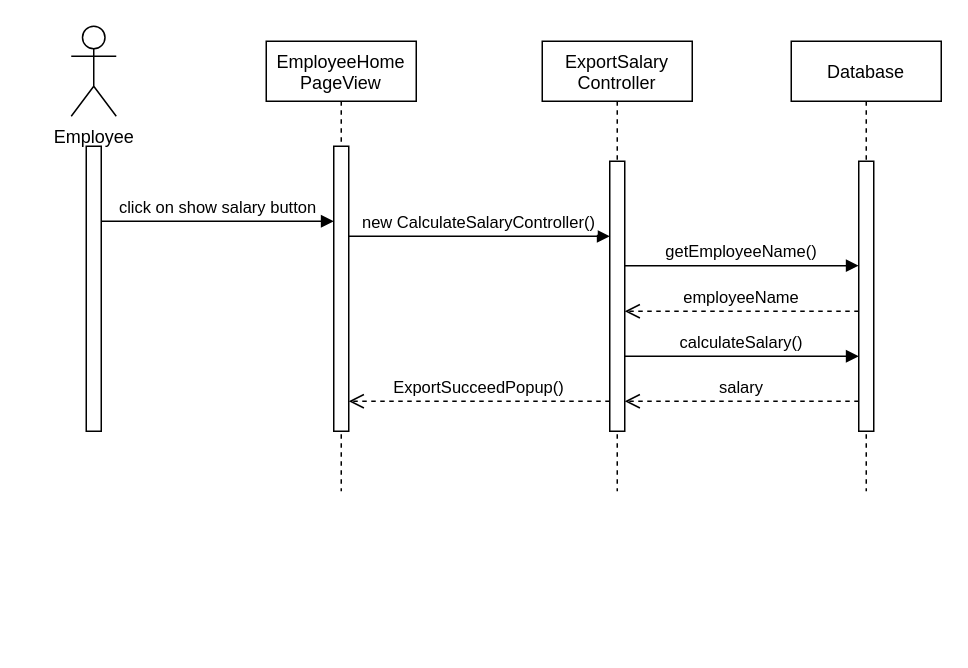
hakunhan/employee_management keeps this draw.io diagram as Diagram/Sequence Diagram/ExportSalary.drawio. Above is the earlier version. Source tidied: cells renumbered, new cells numbered last; positions are measured from the earlier drawing's top-left corner, leaving out a move shared by most shapes. Both pictures are drawn from the tidied source at 150%, with x=0, y=0 at pixel (70, 26).
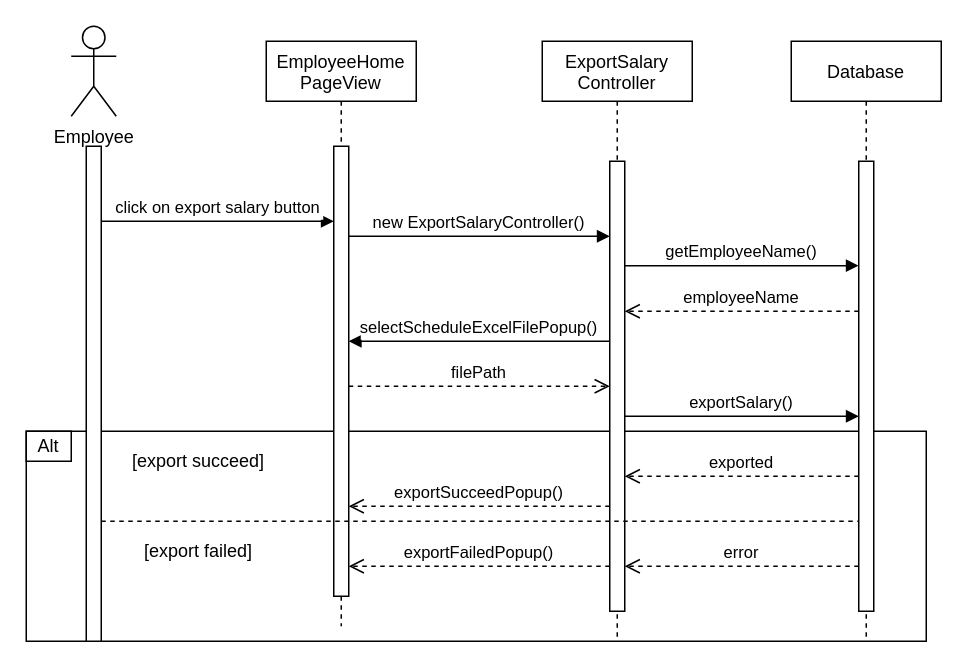
Above is the later version.

Diff of the diagram source:
```diff
@@
+    <mxCell id="17" style="rounded=0;whiteSpace=wrap;html=1;" parent="1" vertex="1">
+      <mxGeometry x="-30" y="270" width="600" height="140" as="geometry" />
+    </mxCell>
     <mxCell id="2" value="EmployeeHome&#10;PageView" style="shape=umlLifeline;perimeter=lifelinePerimeter;rounded=0;shadow=0;strokeWidth=1;" parent="1" vertex="1">
-      <mxGeometry x="130" y="10" width="100" height="300" as="geometry" />
+      <mxGeometry x="130" y="10" width="100" height="390" as="geometry" />
     </mxCell>
-    <mxCell id="3" style="points=[];perimeter=orthogonalPerimeter;rounded=0;shadow=0;strokeWidth=1;" parent="2" vertex="1">
-      <mxGeometry x="45" y="70" width="10" height="190" as="geometry" />
-    </mxCell>
+    <mxCell id="18" style="points=[];perimeter=orthogonalPerimeter;rounded=0;shadow=0;strokeWidth=1;" parent="2" vertex="1">
+      <mxGeometry x="45" y="70" width="10" height="300" as="geometry" />
+    </mxCell>
     <mxCell id="4" value="ExportSalary&#10;Controller" style="shape=umlLifeline;perimeter=lifelinePerimeter;rounded=0;shadow=0;strokeWidth=1;" parent="1" vertex="1">
-      <mxGeometry x="314" y="10" width="100" height="300" as="geometry" />
+      <mxGeometry x="314" y="10" width="100" height="400" as="geometry" />
     </mxCell>
-    <mxCell id="5" style="points=[];perimeter=orthogonalPerimeter;rounded=0;shadow=0;strokeWidth=1;" parent="4" vertex="1">
-      <mxGeometry x="45" y="80" width="10" height="180" as="geometry" />
-    </mxCell>
+    <mxCell id="19" style="points=[];perimeter=orthogonalPerimeter;rounded=0;shadow=0;strokeWidth=1;" parent="4" vertex="1">
+      <mxGeometry x="45" y="80" width="10" height="300" as="geometry" />
+    </mxCell>
@@
     <mxCell id="7" value="Database" style="shape=umlLifeline;perimeter=lifelinePerimeter;rounded=0;shadow=0;strokeWidth=1;" parent="1" vertex="1">
-      <mxGeometry x="480" y="10" width="100" height="300" as="geometry" />
+      <mxGeometry x="480" y="10" width="100" height="400" as="geometry" />
     </mxCell>
-    <mxCell id="8" style="points=[];perimeter=orthogonalPerimeter;rounded=0;shadow=0;strokeWidth=1;" parent="7" vertex="1">
-      <mxGeometry x="45" y="80" width="10" height="180" as="geometry" />
-    </mxCell>
-    <mxCell id="9" style="points=[];perimeter=orthogonalPerimeter;rounded=0;shadow=0;strokeWidth=1;" parent="1" vertex="1">
-      <mxGeometry x="10" y="80" width="10" height="190" as="geometry" />
-    </mxCell>
-    <mxCell id="10" value="click on show salary button" style="verticalAlign=bottom;endArrow=block;shadow=0;strokeWidth=1;" parent="1" edge="1" source="9" target="3">
-      <mxGeometry relative="1" as="geometry">
-        <Array as="points">
-          <mxPoint x="50" y="130" />
-        </Array>
-      </mxGeometry>
-    </mxCell>
-    <mxCell id="11" value="new CalculateSalaryController()" style="verticalAlign=bottom;endArrow=block;shadow=0;strokeWidth=1;" parent="1" edge="1" source="3" target="5">
-      <mxGeometry relative="1" as="geometry">
-        <Array as="points">
-          <mxPoint x="220" y="140" />
-        </Array>
-      </mxGeometry>
-    </mxCell>
+    <mxCell id="20" style="points=[];perimeter=orthogonalPerimeter;rounded=0;shadow=0;strokeWidth=1;" parent="7" vertex="1">
+      <mxGeometry x="45" y="80" width="10" height="300" as="geometry" />
+    </mxCell>
+    <mxCell id="21" style="points=[];perimeter=orthogonalPerimeter;rounded=0;shadow=0;strokeWidth=1;" parent="1" vertex="1">
+      <mxGeometry x="10" y="80" width="10" height="330" as="geometry" />
+    </mxCell>
+    <mxCell id="22" value="click on export salary button" style="verticalAlign=bottom;endArrow=block;shadow=0;strokeWidth=1;" parent="1" edge="1" source="21" target="18">
+      <mxGeometry relative="1" as="geometry">
+        <Array as="points">
+          <mxPoint x="50" y="130" />
+        </Array>
+      </mxGeometry>
+    </mxCell>
+    <mxCell id="23" value="new ExportSalaryController()" style="verticalAlign=bottom;endArrow=block;shadow=0;strokeWidth=1;" parent="1" edge="1" source="18" target="19">
+      <mxGeometry relative="1" as="geometry">
+        <Array as="points">
+          <mxPoint x="220" y="140" />
+        </Array>
+      </mxGeometry>
+    </mxCell>
-    <mxCell id="12" value="getEmployeeName()" style="verticalAlign=bottom;endArrow=block;shadow=0;strokeWidth=1;" parent="1" edge="1" source="5" target="8">
+    <mxCell id="12" value="getEmployeeName()" style="verticalAlign=bottom;endArrow=block;shadow=0;strokeWidth=1;" parent="1" edge="1" source="19" target="20">
       <mxGeometry relative="1" as="geometry">
         <Array as="points">
           <mxPoint x="385" y="159.6" />
         </Array>
       </mxGeometry>
     </mxCell>
-    <mxCell id="13" value="employeeName" style="verticalAlign=bottom;endArrow=open;dashed=1;endSize=8;shadow=0;strokeWidth=1;" parent="1" edge="1" source="8" target="5">
+    <mxCell id="13" value="employeeName" style="verticalAlign=bottom;endArrow=open;dashed=1;endSize=8;shadow=0;strokeWidth=1;" parent="1" edge="1" source="20" target="19">
       <mxGeometry relative="1" as="geometry">
         <Array as="points">
           <mxPoint x="480" y="190" />
         </Array>
       </mxGeometry>
     </mxCell>
-    <mxCell id="14" value="calculateSalary()" style="verticalAlign=bottom;endArrow=block;shadow=0;strokeWidth=1;" parent="1" edge="1">
-      <mxGeometry relative="1" as="geometry">
-        <mxPoint x="369" y="220" as="sourcePoint" />
-        <mxPoint x="525" y="220" as="targetPoint" />
-        <Array as="points">
-          <mxPoint x="385" y="220" />
-        </Array>
-      </mxGeometry>
-    </mxCell>
-    <mxCell id="15" value="salary" style="verticalAlign=bottom;endArrow=open;dashed=1;endSize=8;shadow=0;strokeWidth=1;" parent="1" edge="1">
-      <mxGeometry relative="1" as="geometry">
-        <mxPoint x="525" y="250" as="sourcePoint" />
-        <mxPoint x="369" y="250" as="targetPoint" />
-        <Array as="points">
-          <mxPoint x="480" y="250" />
-        </Array>
-      </mxGeometry>
-    </mxCell>
-    <mxCell id="16" value="ExportSucceedPopup()" style="verticalAlign=bottom;endArrow=open;dashed=1;endSize=8;shadow=0;strokeWidth=1;" parent="1" edge="1" source="5" target="3">
-      <mxGeometry relative="1" as="geometry">
-        <Array as="points">
-          <mxPoint x="311" y="250" />
-        </Array>
-      </mxGeometry>
-    </mxCell>
+    <mxCell id="24" value="selectScheduleExcelFilePopup()" style="verticalAlign=bottom;endArrow=block;shadow=0;strokeWidth=1;" parent="1" edge="1" source="19" target="18">
+      <mxGeometry relative="1" as="geometry">
+        <Array as="points">
+          <mxPoint x="225" y="210" />
+        </Array>
+      </mxGeometry>
+    </mxCell>
+    <mxCell id="25" value="filePath" style="verticalAlign=bottom;endArrow=open;dashed=1;endSize=8;shadow=0;strokeWidth=1;" parent="1" edge="1" source="18" target="19">
+      <mxGeometry relative="1" as="geometry">
+        <Array as="points">
+          <mxPoint x="340" y="240" />
+        </Array>
+      </mxGeometry>
+    </mxCell>
+    <mxCell id="26" value="exportSalary()" style="verticalAlign=bottom;endArrow=block;shadow=0;strokeWidth=1;" parent="1" edge="1">
+      <mxGeometry relative="1" as="geometry">
+        <mxPoint x="369" y="260" as="sourcePoint" />
+        <mxPoint x="525" y="260" as="targetPoint" />
+        <Array as="points">
+          <mxPoint x="385" y="260" />
+        </Array>
+      </mxGeometry>
+    </mxCell>
+    <mxCell id="27" value="exported" style="verticalAlign=bottom;endArrow=open;dashed=1;endSize=8;shadow=0;strokeWidth=1;" parent="1" edge="1" source="20" target="19">
+      <mxGeometry relative="1" as="geometry">
+        <Array as="points">
+          <mxPoint x="480" y="300" />
+        </Array>
+      </mxGeometry>
+    </mxCell>
+    <mxCell id="28" value="exportSucceedPopup()" style="verticalAlign=bottom;endArrow=open;dashed=1;endSize=8;shadow=0;strokeWidth=1;" parent="1" edge="1" source="19" target="18">
+      <mxGeometry relative="1" as="geometry">
+        <Array as="points">
+          <mxPoint x="311" y="320" />
+        </Array>
+      </mxGeometry>
+    </mxCell>
+    <mxCell id="29" style="endArrow=none;dashed=1;html=1;" parent="1" edge="1" source="21" target="20">
+      <mxGeometry relative="1" as="geometry">
+        <Array as="points">
+          <mxPoint x="330" y="330" />
+        </Array>
+      </mxGeometry>
+    </mxCell>
+    <mxCell id="30" value="error" style="verticalAlign=bottom;endArrow=open;dashed=1;endSize=8;shadow=0;strokeWidth=1;" parent="1" edge="1" source="20" target="19">
+      <mxGeometry relative="1" as="geometry">
+        <Array as="points">
+          <mxPoint x="475" y="360" />
+        </Array>
+      </mxGeometry>
+    </mxCell>
+    <mxCell id="31" value="exportFailedPopup()" style="verticalAlign=bottom;endArrow=open;dashed=1;endSize=8;shadow=0;strokeWidth=1;" parent="1" edge="1" source="19" target="18">
+      <mxGeometry relative="1" as="geometry">
+        <Array as="points">
+          <mxPoint x="316" y="360" />
+        </Array>
+      </mxGeometry>
+    </mxCell>
+    <mxCell id="32" value="Alt" style="rounded=0;whiteSpace=wrap;html=1;" parent="1" vertex="1">
+      <mxGeometry x="-30" y="270" width="30" height="20" as="geometry" />
+    </mxCell>
+    <mxCell id="33" value="[export succeed]" style="text;html=1;strokeColor=none;fillColor=none;align=center;verticalAlign=middle;whiteSpace=wrap;rounded=0;" parent="1" vertex="1">
+      <mxGeometry x="30" y="280" width="110" height="20" as="geometry" />
+    </mxCell>
+    <mxCell id="34" value="[export failed]" style="text;html=1;strokeColor=none;fillColor=none;align=center;verticalAlign=middle;whiteSpace=wrap;rounded=0;" parent="1" vertex="1">
+      <mxGeometry x="30" y="340" width="110" height="20" as="geometry" />
+    </mxCell>
```
